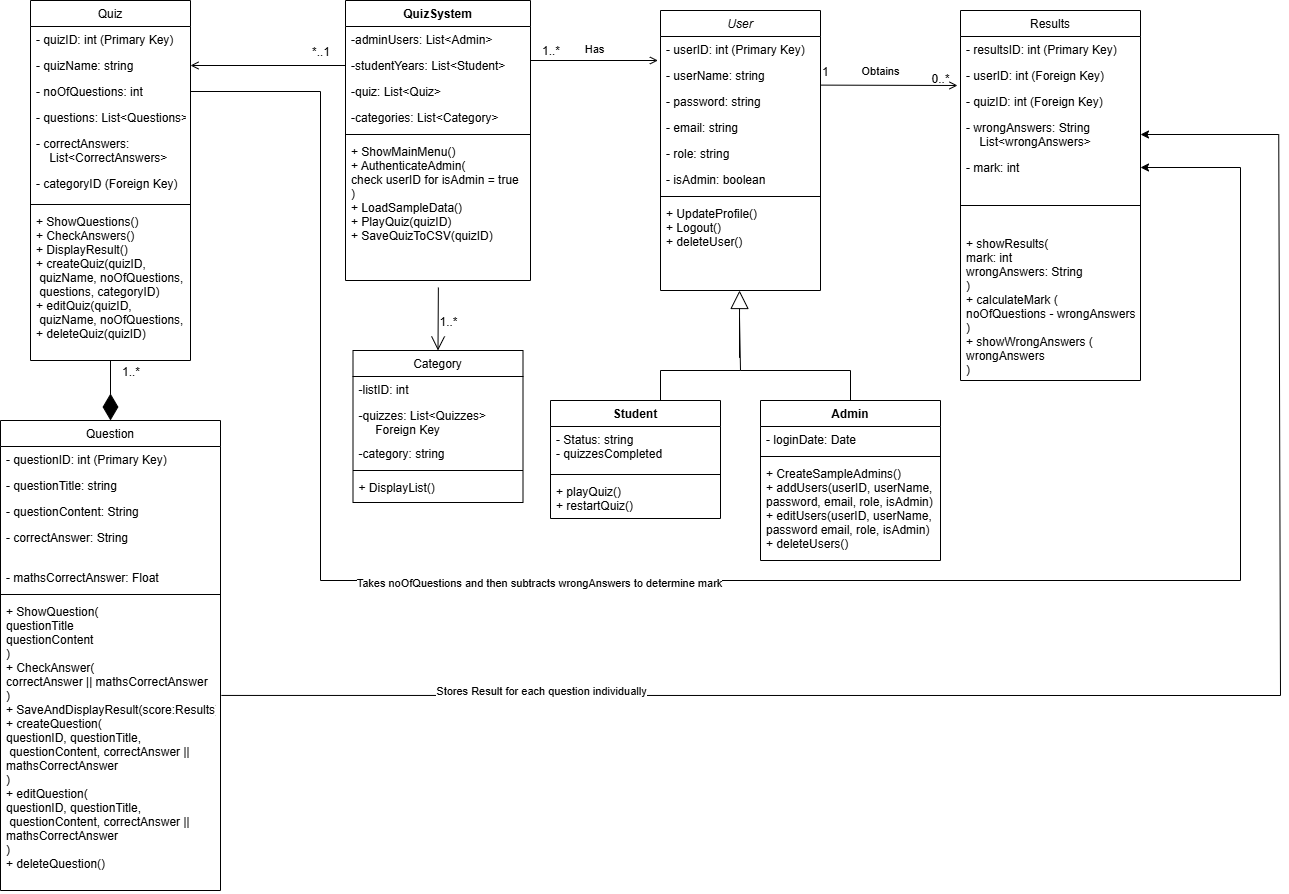
Earlier version of the draw.io export OOP UML Class Diagram.drawio.png (AaronOkane/OOP). Source tidied: cells renumbered, new cells last; positions are measured from the earlier drawing's top-left corner, leaving out a move shared by most shapes.
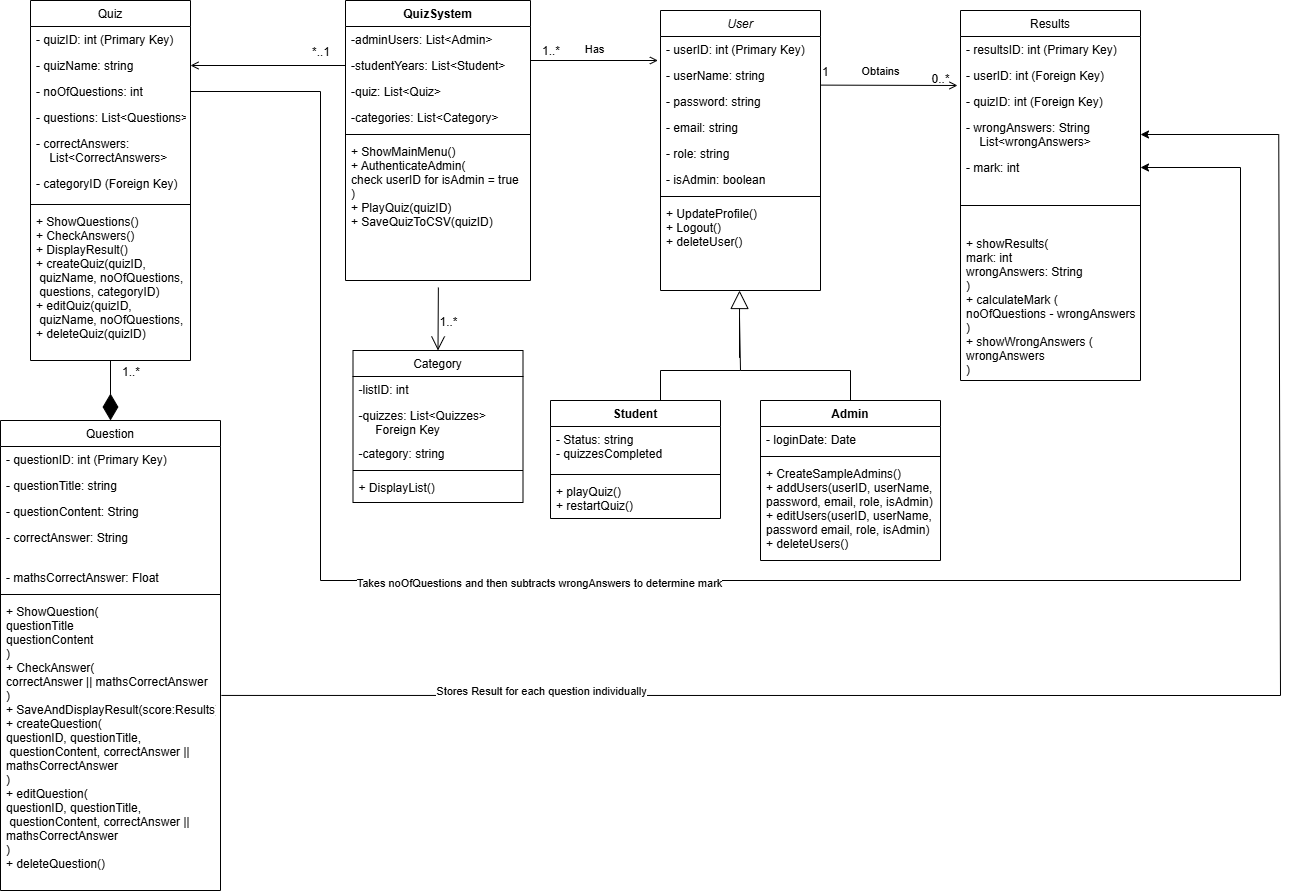
The same file after the commit.

What changed in the source:
```diff
@@ -20,7 +20,7 @@
     <mxCell id="7" style="line;html=1;strokeWidth=1;align=left;verticalAlign=middle;spacingTop=-1;spacingLeft=3;spacingRight=3;labelPosition=right;" parent="2" vertex="1">
       <mxGeometry y="130" width="185" height="8" as="geometry" />
     </mxCell>
-    <mxCell id="8" value="+ ShowMainMenu()&#10;+ AuthenticateAdmin(&#10;check userID for isAdmin = true&#10;)&#10;+ LoadSampleData()&#10;+ PlayQuiz(quizID)&#10;+ SaveQuizToCSV(quizID)" style="text;align=left;verticalAlign=top;spacingLeft=4;spacingRight=4;overflow=hidden;points=[[0,0.5],[1,0.5]];portConstraint=eastwest;" parent="2" vertex="1">
+    <mxCell id="8" value="+ ShowMainMenu()&#10;+ AuthenticateAdmin(&#10;check userID for isAdmin = true&#10;)&#10;+ PlayQuiz(quizID)&#10;+ SaveQuizToCSV(quizID)" style="text;align=left;verticalAlign=top;spacingLeft=4;spacingRight=4;overflow=hidden;points=[[0,0.5],[1,0.5]];portConstraint=eastwest;" parent="2" vertex="1">
       <mxGeometry y="138" width="185" height="142" as="geometry" />
     </mxCell>
     <mxCell id="9" style="endArrow=open;shadow=0;strokeWidth=1;rounded=0;curved=0;endFill=1;edgeStyle=elbowEdgeStyle;elbow=vertical;entryX=-0.016;entryY=-0.087;entryDx=0;entryDy=0;entryPerimeter=0;" parent="1" edge="1" target="13">
```
